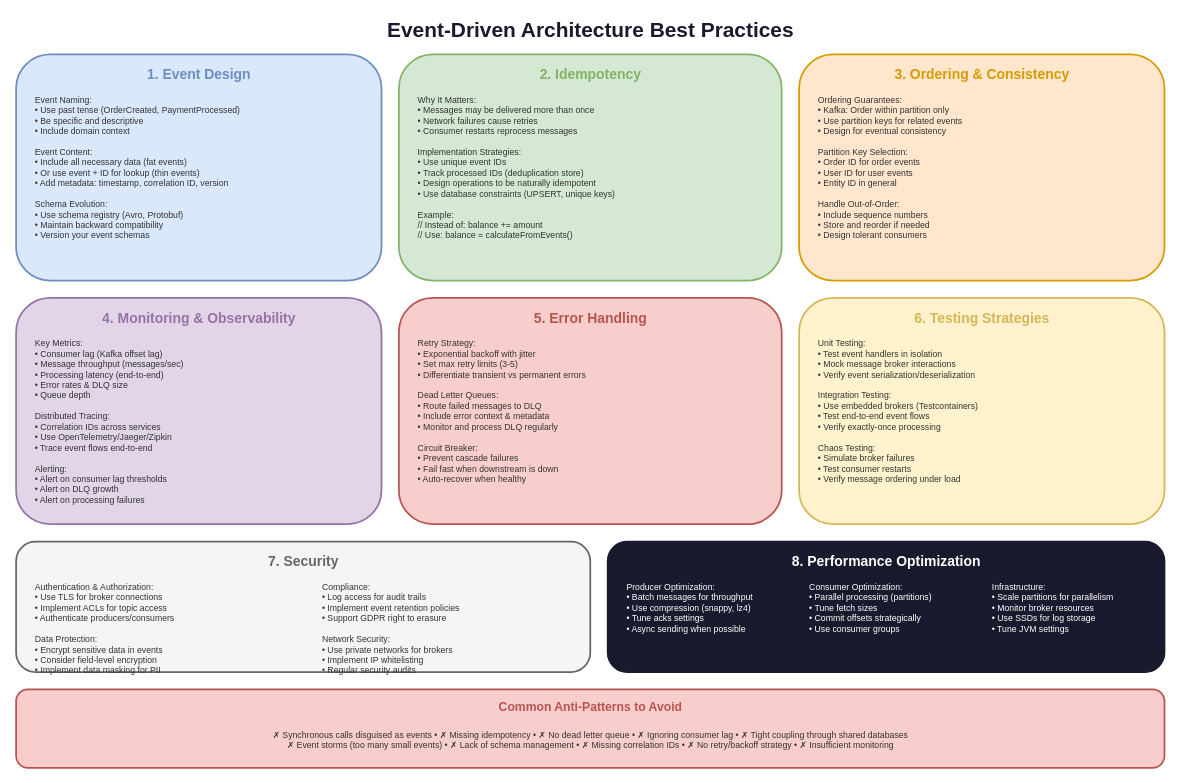
This is lesson-02-event-driven-architecture/diagrams/6.2-eda-best-practices.drawio from MrParkerZ7/document-lesson-software-architect-x-claude, a draw.io file, before an edit. Source tidied: cells renumbered, new cells numbered last; positions are measured from the earlier drawing's top-left corner, leaving out a move shared by most shapes. Both pictures are drawn from the tidied source at 87%, with x=0, y=0 at pixel (16, 15).
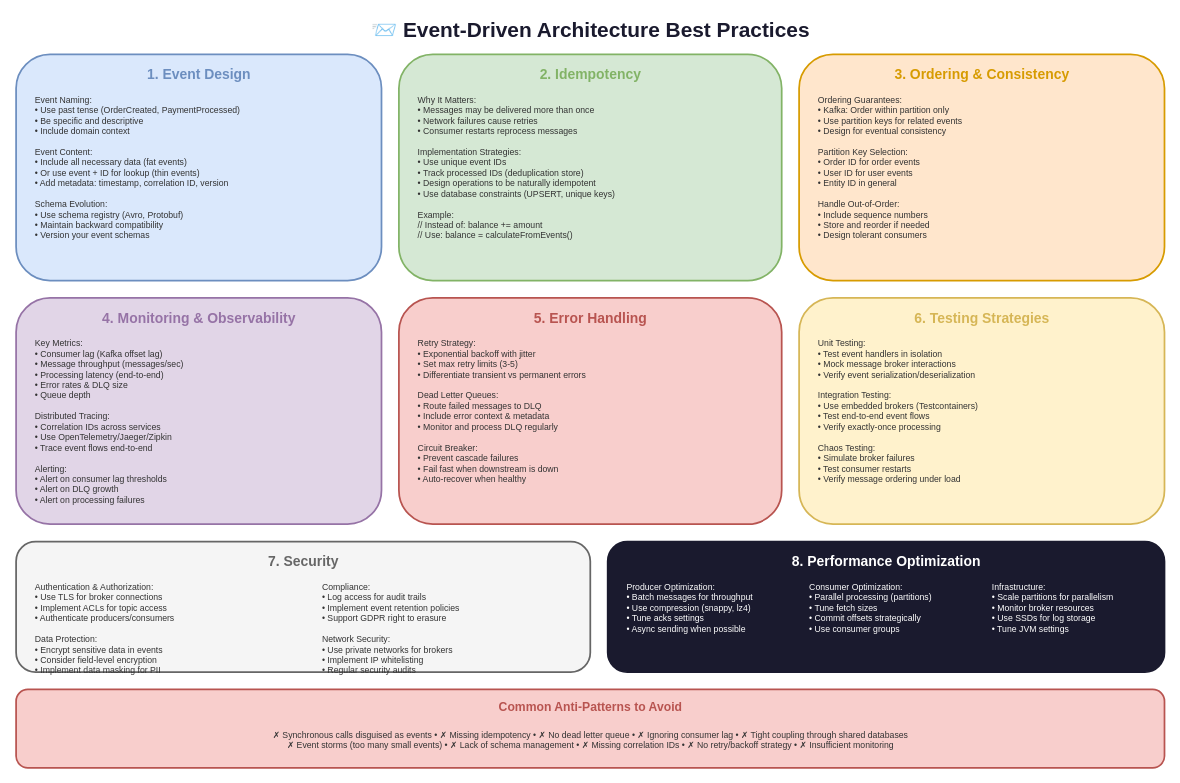
The same diagram, later.

Change to the diagram source:
```diff
@@
-    <mxCell id="2" value="Event-Driven Architecture Best Practices" style="text;html=1;strokeColor=none;fillColor=none;align=center;verticalAlign=middle;fontSize=24;fontStyle=1;fontColor=#1a1a2e;" parent="1" vertex="1">
+    <mxCell id="2" value="📨 Event-Driven Architecture Best Practices" style="text;html=1;strokeColor=none;fillColor=none;align=center;verticalAlign=middle;fontSize=24;fontStyle=1;fontColor=#1a1a2e;" parent="1" vertex="1">
       <mxGeometry x="360" width="600" height="35" as="geometry" />
     </mxCell>
```
